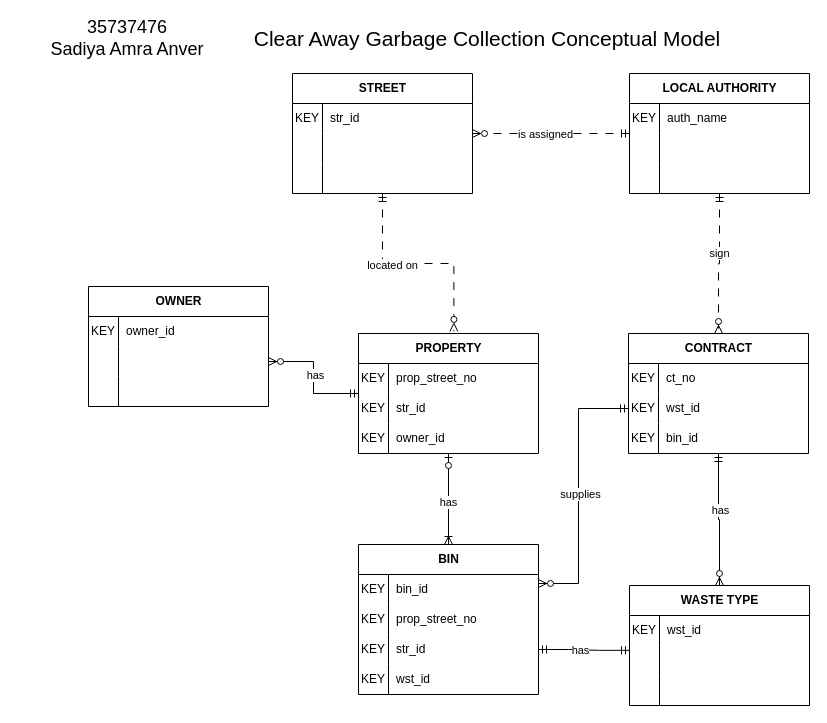
This is page "Relationships" (2 of 3) of Assignments/Ass1/ca_conceptual.drawio from aanv0002/bigrig-movers-sql-database, a draw.io file, before an edit. Source tidied: cells renumbered, new cells numbered last; positions are measured from the earlier drawing's top-left corner, leaving out a move shared by most shapes. Both pictures are drawn from the tidied source at 100%, with x=0, y=0 at pixel (17, 23).
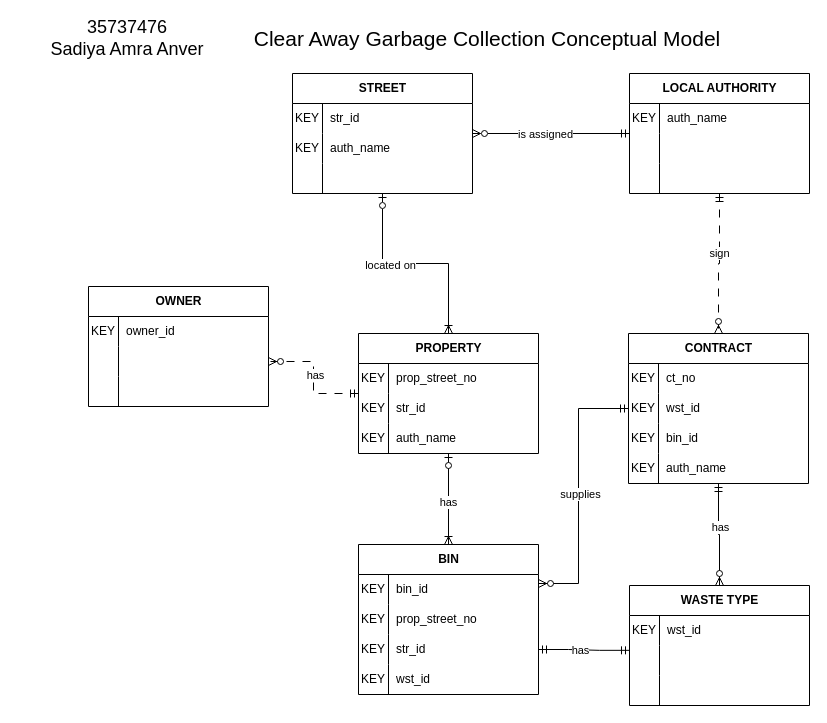
The same page after the edit.

Unchanged cells that the change refers to:
```xml
<mxCell id="2" value="LOCAL AUTHORITY" style="shape=table;startSize=30;childLayout=tableLayout;rowLines=0;fontStyle=1;align=center;html=1;" parent="1" vertex="1">
  <mxGeometry x="612" y="50" width="180" height="120" as="geometry" />
</mxCell>
<mxCell id="12" value="PROPERTY" style="shape=table;startSize=30;childLayout=tableLayout;rowLines=0;fontStyle=1;align=center;html=1;" parent="1" vertex="1">
  <mxGeometry x="341" y="310" width="180" height="120" as="geometry" />
</mxCell>
<mxCell id="19" style="shape=tableRow;horizontal=0;startSize=0;swimlaneHead=0;swimlaneBody=0;fillColor=none;top=0;left=0;right=0;bottom=0;" parent="12" vertex="1">
  <mxGeometry y="90" width="180" height="30" as="geometry" />
</mxCell>
<mxCell id="26" style="shape=tableRow;horizontal=0;startSize=0;swimlaneHead=0;swimlaneBody=0;fillColor=none;points=[[0,0.5],[1,0.5]];portConstraint=eastwest;top=0;left=0;right=0;bottom=0;" parent="22" vertex="1">
  <mxGeometry y="60" width="180" height="30" as="geometry" />
</mxCell>
<mxCell id="32" value="STREET" style="shape=table;startSize=30;childLayout=tableLayout;rowLines=0;fontStyle=1;align=center;html=1;" parent="1" vertex="1">
  <mxGeometry x="275" y="50" width="180" height="120" as="geometry" />
</mxCell>
<mxCell id="36" style="shape=tableRow;horizontal=0;startSize=0;swimlaneHead=0;swimlaneBody=0;fillColor=none;top=0;left=0;right=0;bottom=0;" parent="32" vertex="1">
  <mxGeometry y="60" width="180" height="30" as="geometry" />
</mxCell>
```

What changed in the source:
```diff
@@
-    <mxCell id="20" value="KEY" style="shape=partialRectangle;fillColor=none;top=0;left=0;bottom=0;right=0;overflow=hidden;whiteSpace=wrap;html=1;" parent="19" vertex="1">
-      <mxGeometry width="30" height="30" as="geometry" />
-    </mxCell>
-    <mxCell id="21" value="owner_id" style="shape=partialRectangle;fillColor=none;top=0;left=0;bottom=0;right=0;align=left;spacingLeft=6;overflow=hidden;whiteSpace=wrap;html=1;" parent="19" vertex="1">
-      <mxGeometry x="30" width="150" height="30" as="geometry" />
-    </mxCell>
+    <mxCell id="93" value="KEY" style="shape=partialRectangle;fillColor=none;top=0;left=0;bottom=0;right=0;overflow=hidden;whiteSpace=wrap;html=1;" parent="19" vertex="1">
+      <mxGeometry width="30" height="30" as="geometry" />
+    </mxCell>
+    <mxCell id="94" value="auth_name" style="shape=partialRectangle;fillColor=none;top=0;left=0;bottom=0;right=0;align=left;spacingLeft=6;overflow=hidden;whiteSpace=wrap;html=1;" parent="19" vertex="1">
+      <mxGeometry x="30" width="150" height="30" as="geometry" />
+    </mxCell>
@@
-    <mxCell id="37" style="shape=partialRectangle;fillColor=none;top=0;left=0;bottom=0;right=0;overflow=hidden;whiteSpace=wrap;html=1;" parent="36" vertex="1">
+    <mxCell id="37" value="KEY" style="shape=partialRectangle;fillColor=none;top=0;left=0;bottom=0;right=0;overflow=hidden;whiteSpace=wrap;html=1;" parent="36" vertex="1">
       <mxGeometry width="30" height="30" as="geometry" />
     </mxCell>
-    <mxCell id="38" style="shape=partialRectangle;fillColor=none;top=0;left=0;bottom=0;right=0;align=left;spacingLeft=6;overflow=hidden;whiteSpace=wrap;html=1;" parent="36" vertex="1">
+    <mxCell id="38" value="auth_name" style="shape=partialRectangle;fillColor=none;top=0;left=0;bottom=0;right=0;align=left;spacingLeft=6;overflow=hidden;whiteSpace=wrap;html=1;" parent="36" vertex="1">
       <mxGeometry x="30" width="150" height="30" as="geometry" />
     </mxCell>
@@
     <mxCell id="65" value="CONTRACT" style="shape=table;startSize=30;childLayout=tableLayout;rowLines=0;fontStyle=1;align=center;html=1;" parent="1" vertex="1">
-      <mxGeometry x="611" y="310" width="180" height="120" as="geometry" />
+      <mxGeometry x="611" y="310" width="180" height="150" as="geometry" />
     </mxCell>
@@
+    <mxCell id="95" style="shape=tableRow;horizontal=0;startSize=0;swimlaneHead=0;swimlaneBody=0;fillColor=none;top=0;left=0;right=0;bottom=0;" parent="65" vertex="1">
+      <mxGeometry y="120" width="180" height="30" as="geometry" />
+    </mxCell>
+    <mxCell id="96" value="KEY" style="shape=partialRectangle;fillColor=none;top=0;left=0;bottom=0;right=0;overflow=hidden;whiteSpace=wrap;html=1;" parent="95" vertex="1">
+      <mxGeometry width="30" height="30" as="geometry" />
+    </mxCell>
+    <mxCell id="97" value="auth_name" style="shape=partialRectangle;fillColor=none;top=0;left=0;bottom=0;right=0;align=left;spacingLeft=6;overflow=hidden;whiteSpace=wrap;html=1;" parent="95" vertex="1">
+      <mxGeometry x="30" width="150" height="30" as="geometry" />
+    </mxCell>
-    <mxCell id="75" style="edgeStyle=orthogonalEdgeStyle;fontSize=12;html=1;endArrow=ERzeroToMany;startArrow=ERmandOne;rounded=0;endFill=0;dashed=1;dashPattern=8 8;" parent="1" edge="1" source="2" target="32">
+    <mxCell id="75" style="edgeStyle=orthogonalEdgeStyle;fontSize=12;html=1;endArrow=ERzeroToMany;startArrow=ERmandOne;rounded=0;endFill=0;" parent="1" edge="1" source="2" target="32">
       <mxGeometry relative="1" as="geometry" />
     </mxCell>
@@
-    <mxCell id="79" style="edgeStyle=orthogonalEdgeStyle;fontSize=12;html=1;endArrow=ERzeroToMany;startArrow=ERmandOne;rounded=0;" parent="1" edge="1" source="12" target="26">
+    <mxCell id="79" style="edgeStyle=orthogonalEdgeStyle;fontSize=12;html=1;endArrow=ERzeroToMany;startArrow=ERmandOne;rounded=0;dashed=1;dashPattern=8 8;" parent="1" edge="1" source="12" target="26">
       <mxGeometry relative="1" as="geometry" />
     </mxCell>
@@
-    <mxCell id="81" style="edgeStyle=orthogonalEdgeStyle;fontSize=12;html=1;endArrow=ERzeroToMany;startArrow=ERmandOne;rounded=0;entryX=0.53;entryY=-0.017;entryDx=0;entryDy=0;entryPerimeter=0;dashed=1;dashPattern=8 8;" parent="1" edge="1" source="32" target="12">
+    <mxCell id="81" style="edgeStyle=orthogonalEdgeStyle;fontSize=12;html=1;endArrow=ERoneToMany;startArrow=ERzeroToOne;rounded=0;startFill=0;endFill=0;" parent="1" edge="1" source="32" target="12">
       <mxGeometry relative="1" as="geometry" />
     </mxCell>
```
